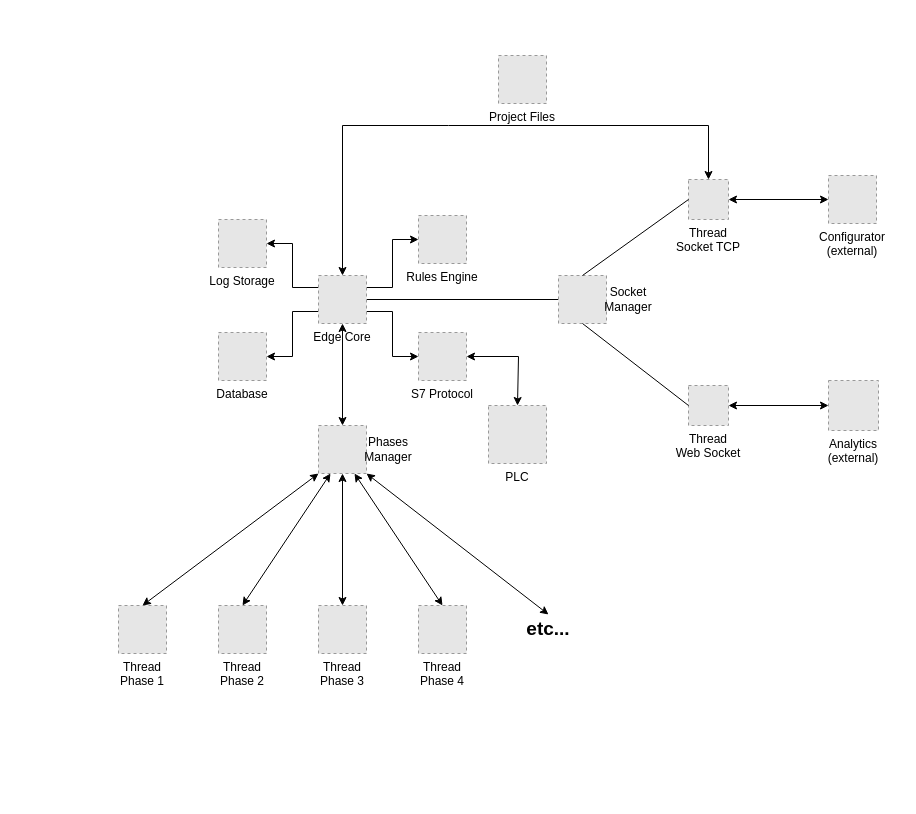
Above: Edge Architecture.drawio in maius91/maius91 (draw.io), before the change. Source tidied: cells renumbered, new cells numbered last; positions are measured from the earlier drawing's top-left corner, leaving out a move shared by most shapes. Both pictures are drawn from the tidied source at 100%, with x=0, y=0 at pixel (118, 55). Pictures stored in the file or linked from it are replaced by grey dashed boxes.
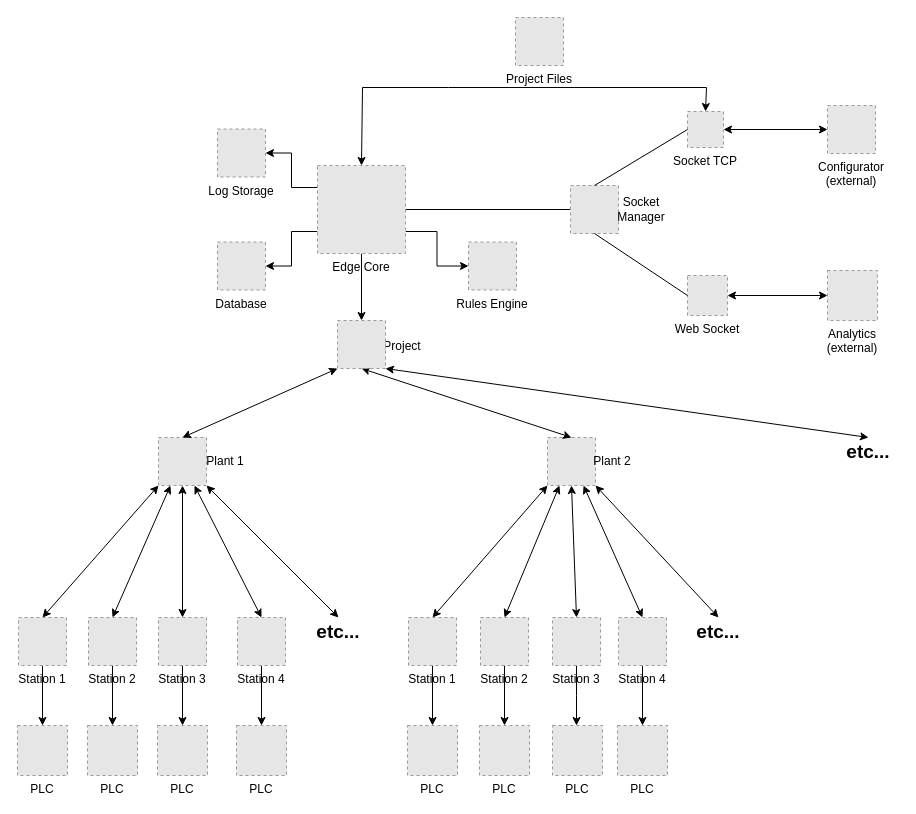
The same diagram, later.

Change to the diagram source:
```diff
@@
     <mxCell id="3" value="Configurator &#10;(external)" style="fillColor=#E6E6E6;strokeColor=#999999;dashed=1;verticalLabelPosition=bottom;verticalAlign=top;" parent="1" vertex="1">
-      <mxGeometry x="710" y="120" width="48" height="48" as="geometry" />
+      <mxGeometry x="709" y="50" width="48" height="48" as="geometry" />
     </mxCell>
     <mxCell id="4" value="Log Storage" style="fillColor=#E6E6E6;strokeColor=#999999;dashed=1;verticalLabelPosition=bottom;verticalAlign=top;" parent="1" vertex="1">
-      <mxGeometry x="100" y="164" width="48" height="48" as="geometry" />
+      <mxGeometry x="99" y="73.5" width="48" height="48" as="geometry" />
     </mxCell>
     <mxCell id="5" value="Database" style="fillColor=#E6E6E6;strokeColor=#999999;dashed=1;verticalLabelPosition=bottom;verticalAlign=top;" parent="1" vertex="1">
-      <mxGeometry x="100" y="277" width="48" height="48" as="geometry" />
+      <mxGeometry x="99" y="186.5" width="48" height="48" as="geometry" />
     </mxCell>
     <mxCell id="6" style="fillColor=#E6E6E6;strokeColor=#999999;dashed=1;verticalLabelPosition=bottom;verticalAlign=top;" parent="1" vertex="1">
-      <mxGeometry x="440" y="220" width="48" height="48" as="geometry" />
+      <mxGeometry x="452" y="130" width="48" height="48" as="geometry" />
     </mxCell>
     <mxCell id="7" value="Analytics &#10;(external)" style="fillColor=#E6E6E6;strokeColor=#999999;dashed=1;verticalLabelPosition=bottom;verticalAlign=top;" parent="1" vertex="1">
-      <mxGeometry x="710" y="325" width="50" height="50" as="geometry" />
+      <mxGeometry x="709" y="215" width="50" height="50" as="geometry" />
     </mxCell>
@@
-    <mxCell id="10" style="edgeStyle=orthogonalEdgeStyle;rounded=0;jettySize=auto;html=1;exitX=1;exitY=0.25;exitDx=0;exitDy=0;entryX=0;entryY=0.5;entryDx=0;entryDy=0;" parent="1" edge="1" source="12" target="17">
+    <mxCell id="10" style="edgeStyle=orthogonalEdgeStyle;rounded=0;jettySize=auto;html=1;exitX=1;exitY=0.75;exitDx=0;exitDy=0;entryX=0;entryY=0.5;entryDx=0;entryDy=0;" parent="1" edge="1" source="12" target="17">
       <mxGeometry relative="1" as="geometry" />
     </mxCell>
-    <mxCell id="11" style="edgeStyle=orthogonalEdgeStyle;rounded=0;jettySize=auto;html=1;exitX=1;exitY=0.75;exitDx=0;exitDy=0;entryX=0;entryY=0.5;entryDx=0;entryDy=0;" parent="1" edge="1" source="12" target="15">
-      <mxGeometry relative="1" as="geometry" />
-    </mxCell>
+    <mxCell id="39" style="edgeStyle=orthogonalEdgeStyle;rounded=0;jettySize=auto;html=1;exitX=0.5;exitY=1;exitDx=0;exitDy=0;fontSize=19;entryX=0;entryY=0.5;entryDx=0;entryDy=0;" parent="1" edge="1" source="12" target="73">
+      <mxGeometry relative="1" as="geometry" />
+    </mxCell>
     <mxCell id="12" value="Edge Core" style="fillColor=#E6E6E6;strokeColor=#999999;dashed=1;verticalLabelPosition=bottom;verticalAlign=top;" parent="1" vertex="1">
-      <mxGeometry x="200" y="220" width="48" height="48" as="geometry" />
+      <mxGeometry x="199" y="110" width="88" height="88" as="geometry" />
     </mxCell>
-    <mxCell id="13" value="Thread&#10;Socket TCP" style="fillColor=#E6E6E6;strokeColor=#999999;dashed=1;verticalLabelPosition=bottom;verticalAlign=top;rotation=0;" parent="1" vertex="1">
-      <mxGeometry x="570" y="124" width="40" height="40" as="geometry" />
+    <mxCell id="13" value="Socket TCP" style="fillColor=#E6E6E6;strokeColor=#999999;dashed=1;verticalLabelPosition=bottom;verticalAlign=top;rotation=0;" parent="1" vertex="1">
+      <mxGeometry x="569" y="56" width="36" height="36" as="geometry" />
     </mxCell>
-    <mxCell id="14" value="Thread&#10;Web Socket" style="fillColor=#E6E6E6;strokeColor=#999999;dashed=1;verticalLabelPosition=bottom;verticalAlign=top;rotation=0;" parent="1" vertex="1">
-      <mxGeometry x="570" y="330" width="40" height="40" as="geometry" />
+    <mxCell id="14" value="Web Socket" style="fillColor=#E6E6E6;strokeColor=#999999;dashed=1;verticalLabelPosition=bottom;verticalAlign=top;rotation=0;" parent="1" vertex="1">
+      <mxGeometry x="569" y="220" width="40" height="40" as="geometry" />
     </mxCell>
-    <mxCell id="15" value="S7 Protocol" style="fillColor=#E6E6E6;strokeColor=#999999;dashed=1;verticalLabelPosition=bottom;verticalAlign=top;" parent="1" vertex="1">
-      <mxGeometry x="300" y="277" width="48" height="48" as="geometry" />
-    </mxCell>
     <mxCell id="16" value="PLC" style="fillColor=#E6E6E6;strokeColor=#999999;dashed=1;verticalLabelPosition=bottom;verticalAlign=top;rotation=0;" parent="1" vertex="1">
-      <mxGeometry x="370" y="350" width="58" height="58" as="geometry" />
+      <mxGeometry x="-101" y="670" width="50" height="50" as="geometry" />
     </mxCell>
     <mxCell id="17" value="Rules Engine" style="fillColor=#E6E6E6;strokeColor=#999999;dashed=1;verticalLabelPosition=bottom;verticalAlign=top;" parent="1" vertex="1">
-      <mxGeometry x="300" y="160" width="48" height="48" as="geometry" />
+      <mxGeometry x="350" y="186.5" width="48" height="48" as="geometry" />
     </mxCell>
     <mxCell id="18" value="Socket Manager" style="text;html=1;strokeColor=none;fillColor=none;align=center;verticalAlign=middle;whiteSpace=wrap;rounded=0;" parent="1" vertex="1">
-      <mxGeometry x="480" y="229" width="60" height="30" as="geometry" />
+      <mxGeometry x="493" y="139" width="60" height="30" as="geometry" />
     </mxCell>
@@
-    <mxCell id="21" style="endArrow=classic;startArrow=classic;html=1;rounded=0;exitX=0.5;exitY=0;exitDx=0;exitDy=0;entryX=1;entryY=0.5;entryDx=0;entryDy=0;" parent="1" edge="1" source="16" target="15">
-      <mxGeometry relative="1" as="geometry">
-        <Array as="points">
-          <mxPoint x="400" y="301" />
-        </Array>
-      </mxGeometry>
-    </mxCell>
     <mxCell id="22" style="endArrow=classic;startArrow=classic;html=1;rounded=0;exitX=0.5;exitY=0;exitDx=0;exitDy=0;entryX=0.5;entryY=0;entryDx=0;entryDy=0;" parent="1" edge="1" source="12" target="13">
       <mxGeometry relative="1" as="geometry">
         <Array as="points">
-          <mxPoint x="224" y="70" />
-          <mxPoint x="330" y="70" />
-          <mxPoint x="590" y="70" />
+          <mxPoint x="244" y="32" />
+          <mxPoint x="330" y="32" />
+          <mxPoint x="588" y="32" />
         </Array>
       </mxGeometry>
     </mxCell>
     <mxCell id="23" value="Project Files" style="fillColor=#E6E6E6;strokeColor=#999999;dashed=1;verticalLabelPosition=bottom;verticalAlign=top;" parent="1" vertex="1">
-      <mxGeometry x="380" width="48" height="48" as="geometry" />
+      <mxGeometry x="397" y="-38" width="48" height="48" as="geometry" />
     </mxCell>
@@
-    <mxCell id="26" style="endArrow=classic;startArrow=classic;html=1;rounded=0;entryX=0.5;entryY=1;entryDx=0;entryDy=0;exitX=0;exitY=0.5;exitDx=0;exitDy=0;" parent="1" edge="1" source="27" target="12">
-      <mxGeometry relative="1" as="geometry" />
-    </mxCell>
     <mxCell id="27" style="fillColor=#E6E6E6;strokeColor=#999999;dashed=1;verticalLabelPosition=bottom;verticalAlign=top;rotation=90;" parent="1" vertex="1">
-      <mxGeometry x="200" y="370" width="48" height="48" as="geometry" />
+      <mxGeometry x="40" y="382" width="48" height="48" as="geometry" />
     </mxCell>
-    <mxCell id="28" value="Phases&lt;br&gt;Manager" style="text;html=1;strokeColor=none;fillColor=none;align=center;verticalAlign=middle;whiteSpace=wrap;rounded=0;" parent="1" vertex="1">
-      <mxGeometry x="240" y="379" width="60" height="30" as="geometry" />
+    <mxCell id="28" value="Plant 1" style="text;html=1;strokeColor=none;fillColor=none;align=center;verticalAlign=middle;whiteSpace=wrap;rounded=0;" parent="1" vertex="1">
+      <mxGeometry x="77" y="391" width="60" height="30" as="geometry" />
     </mxCell>
-    <mxCell id="29" value="Thread&#10;Phase 1" style="fillColor=#E6E6E6;strokeColor=#999999;dashed=1;verticalLabelPosition=bottom;verticalAlign=top;" parent="1" vertex="1">
-      <mxGeometry y="550" width="48" height="48" as="geometry" />
-    </mxCell>
+    <mxCell id="40" style="edgeStyle=orthogonalEdgeStyle;rounded=0;jettySize=auto;html=1;exitX=0.5;exitY=1;exitDx=0;exitDy=0;entryX=0.5;entryY=0;entryDx=0;entryDy=0;fontSize=12;" parent="1" edge="1" source="30" target="66">
+      <mxGeometry relative="1" as="geometry" />
+    </mxCell>
-    <mxCell id="30" value="Thread&#10;Phase 2" style="fillColor=#E6E6E6;strokeColor=#999999;dashed=1;verticalLabelPosition=bottom;verticalAlign=top;" parent="1" vertex="1">
-      <mxGeometry x="100" y="550" width="48" height="48" as="geometry" />
+    <mxCell id="30" value="Station 2" style="fillColor=#E6E6E6;strokeColor=#999999;dashed=1;verticalLabelPosition=bottom;verticalAlign=top;" parent="1" vertex="1">
+      <mxGeometry x="-30" y="562" width="48" height="48" as="geometry" />
     </mxCell>
+    <mxCell id="41" style="edgeStyle=orthogonalEdgeStyle;rounded=0;jettySize=auto;html=1;exitX=0.5;exitY=1;exitDx=0;exitDy=0;entryX=0.5;entryY=0;entryDx=0;entryDy=0;fontSize=12;" parent="1" edge="1" source="31" target="67">
+      <mxGeometry relative="1" as="geometry" />
+    </mxCell>
-    <mxCell id="31" value="Thread&#10;Phase 3" style="fillColor=#E6E6E6;strokeColor=#999999;dashed=1;verticalLabelPosition=bottom;verticalAlign=top;" parent="1" vertex="1">
-      <mxGeometry x="200" y="550" width="48" height="48" as="geometry" />
+    <mxCell id="31" value="Station 3" style="fillColor=#E6E6E6;strokeColor=#999999;dashed=1;verticalLabelPosition=bottom;verticalAlign=top;" parent="1" vertex="1">
+      <mxGeometry x="40" y="562" width="48" height="48" as="geometry" />
     </mxCell>
+    <mxCell id="42" style="edgeStyle=orthogonalEdgeStyle;rounded=0;jettySize=auto;html=1;exitX=0.5;exitY=1;exitDx=0;exitDy=0;entryX=0.5;entryY=0;entryDx=0;entryDy=0;fontSize=12;" parent="1" edge="1" source="32" target="68">
+      <mxGeometry relative="1" as="geometry" />
+    </mxCell>
-    <mxCell id="32" value="Thread&#10;Phase 4" style="fillColor=#E6E6E6;strokeColor=#999999;dashed=1;verticalLabelPosition=bottom;verticalAlign=top;" parent="1" vertex="1">
-      <mxGeometry x="300" y="550" width="48" height="48" as="geometry" />
+    <mxCell id="32" value="Station 4" style="fillColor=#E6E6E6;strokeColor=#999999;dashed=1;verticalLabelPosition=bottom;verticalAlign=top;" parent="1" vertex="1">
+      <mxGeometry x="119" y="562" width="48" height="48" as="geometry" />
     </mxCell>
     <mxCell id="33" value="&lt;font size=&quot;1&quot; style=&quot;&quot;&gt;&lt;b style=&quot;font-size: 19px;&quot;&gt;etc...&lt;/b&gt;&lt;/font&gt;" style="text;html=1;strokeColor=none;fillColor=none;align=center;verticalAlign=middle;whiteSpace=wrap;rounded=0;" parent="1" vertex="1">
-      <mxGeometry x="400" y="559" width="60" height="30" as="geometry" />
+      <mxGeometry x="190" y="562" width="60" height="30" as="geometry" />
     </mxCell>
-    <mxCell id="34" style="endArrow=classic;startArrow=classic;html=1;rounded=0;fontSize=19;exitX=0.5;exitY=0;exitDx=0;exitDy=0;entryX=1;entryY=1;entryDx=0;entryDy=0;" parent="1" edge="1" source="29" target="27">
+    <mxCell id="34" style="endArrow=classic;startArrow=classic;html=1;rounded=0;fontSize=19;entryX=1;entryY=1;entryDx=0;entryDy=0;exitX=0.5;exitY=0;exitDx=0;exitDy=0;" parent="1" edge="1" source="65" target="27">
       <mxGeometry relative="1" as="geometry" />
     </mxCell>
@@
+    <mxCell id="43" value="&lt;font style=&quot;font-size: 12px;&quot;&gt;Project&lt;/font&gt;" style="text;html=1;strokeColor=none;fillColor=none;align=center;verticalAlign=middle;whiteSpace=wrap;rounded=0;fontSize=19;" parent="1" vertex="1">
+      <mxGeometry x="254" y="274" width="60" height="30" as="geometry" />
+    </mxCell>
+    <mxCell id="44" style="endArrow=classic;startArrow=classic;html=1;rounded=0;fontSize=19;exitX=0;exitY=0.5;exitDx=0;exitDy=0;entryX=1;entryY=1;entryDx=0;entryDy=0;" parent="1" edge="1" source="27" target="73">
+      <mxGeometry relative="1" as="geometry" />
+    </mxCell>
+    <mxCell id="45" style="fillColor=#E6E6E6;strokeColor=#999999;dashed=1;verticalLabelPosition=bottom;verticalAlign=top;rotation=90;" parent="1" vertex="1">
+      <mxGeometry x="429" y="382" width="48" height="48" as="geometry" />
+    </mxCell>
+    <mxCell id="46" value="Plant 2" style="text;html=1;strokeColor=none;fillColor=none;align=center;verticalAlign=middle;whiteSpace=wrap;rounded=0;" parent="1" vertex="1">
+      <mxGeometry x="464" y="391" width="60" height="30" as="geometry" />
+    </mxCell>
+    <mxCell id="47" style="edgeStyle=orthogonalEdgeStyle;rounded=0;jettySize=auto;html=1;exitX=0.5;exitY=1;exitDx=0;exitDy=0;entryX=0.5;entryY=0;entryDx=0;entryDy=0;fontSize=12;" parent="1" edge="1" source="48" target="69">
+      <mxGeometry relative="1" as="geometry" />
+    </mxCell>
+    <mxCell id="48" value="Station 1" style="fillColor=#E6E6E6;strokeColor=#999999;dashed=1;verticalLabelPosition=bottom;verticalAlign=top;" parent="1" vertex="1">
+      <mxGeometry x="290" y="562" width="48" height="48" as="geometry" />
+    </mxCell>
+    <mxCell id="49" style="edgeStyle=orthogonalEdgeStyle;rounded=0;jettySize=auto;html=1;exitX=0.5;exitY=1;exitDx=0;exitDy=0;entryX=0.5;entryY=0;entryDx=0;entryDy=0;fontSize=12;" parent="1" edge="1" source="50" target="70">
+      <mxGeometry relative="1" as="geometry" />
+    </mxCell>
+    <mxCell id="50" value="Station 2" style="fillColor=#E6E6E6;strokeColor=#999999;dashed=1;verticalLabelPosition=bottom;verticalAlign=top;" parent="1" vertex="1">
+      <mxGeometry x="362" y="562" width="48" height="48" as="geometry" />
+    </mxCell>
+    <mxCell id="51" style="edgeStyle=orthogonalEdgeStyle;rounded=0;jettySize=auto;html=1;entryX=0.5;entryY=0;entryDx=0;entryDy=0;fontSize=12;" parent="1" edge="1" source="52">
+      <mxGeometry relative="1" as="geometry">
+        <mxPoint x="458" y="670" as="targetPoint" />
+      </mxGeometry>
+    </mxCell>
+    <mxCell id="52" value="Station 3" style="fillColor=#E6E6E6;strokeColor=#999999;dashed=1;verticalLabelPosition=bottom;verticalAlign=top;" parent="1" vertex="1">
+      <mxGeometry x="434" y="562" width="48" height="48" as="geometry" />
+    </mxCell>
+    <mxCell id="53" style="edgeStyle=orthogonalEdgeStyle;rounded=0;jettySize=auto;html=1;exitX=0.5;exitY=1;exitDx=0;exitDy=0;entryX=0.5;entryY=0;entryDx=0;entryDy=0;fontSize=12;" parent="1" edge="1" source="54" target="71">
+      <mxGeometry relative="1" as="geometry" />
+    </mxCell>
+    <mxCell id="54" value="Station 4" style="fillColor=#E6E6E6;strokeColor=#999999;dashed=1;verticalLabelPosition=bottom;verticalAlign=top;" parent="1" vertex="1">
+      <mxGeometry x="500" y="562" width="48" height="48" as="geometry" />
+    </mxCell>
+    <mxCell id="55" value="&lt;font size=&quot;1&quot; style=&quot;&quot;&gt;&lt;b style=&quot;font-size: 19px;&quot;&gt;etc...&lt;/b&gt;&lt;/font&gt;" style="text;html=1;strokeColor=none;fillColor=none;align=center;verticalAlign=middle;whiteSpace=wrap;rounded=0;" parent="1" vertex="1">
+      <mxGeometry x="570" y="562" width="60" height="30" as="geometry" />
+    </mxCell>
+    <mxCell id="56" style="endArrow=classic;startArrow=classic;html=1;rounded=0;fontSize=19;exitX=0.5;exitY=0;exitDx=0;exitDy=0;entryX=1;entryY=1;entryDx=0;entryDy=0;" parent="1" edge="1" source="48" target="45">
+      <mxGeometry relative="1" as="geometry" />
+    </mxCell>
+    <mxCell id="57" style="endArrow=classic;startArrow=classic;html=1;rounded=0;fontSize=19;exitX=0.5;exitY=0;exitDx=0;exitDy=0;entryX=1;entryY=0.75;entryDx=0;entryDy=0;" parent="1" edge="1" source="50" target="45">
+      <mxGeometry relative="1" as="geometry" />
+    </mxCell>
+    <mxCell id="58" style="endArrow=classic;startArrow=classic;html=1;rounded=0;fontSize=19;entryX=1;entryY=0.5;entryDx=0;entryDy=0;exitX=0.5;exitY=0;exitDx=0;exitDy=0;" parent="1" edge="1" source="52" target="45">
+      <mxGeometry relative="1" as="geometry" />
+    </mxCell>
+    <mxCell id="59" style="endArrow=classic;startArrow=classic;html=1;rounded=0;fontSize=19;exitX=0.5;exitY=0;exitDx=0;exitDy=0;entryX=1;entryY=0.25;entryDx=0;entryDy=0;" parent="1" edge="1" source="54" target="45">
+      <mxGeometry relative="1" as="geometry" />
+    </mxCell>
+    <mxCell id="60" style="endArrow=classic;startArrow=classic;html=1;rounded=0;fontSize=19;exitX=0.5;exitY=0;exitDx=0;exitDy=0;entryX=1;entryY=0;entryDx=0;entryDy=0;" parent="1" edge="1" source="55" target="45">
+      <mxGeometry relative="1" as="geometry" />
+    </mxCell>
+    <mxCell id="61" style="endArrow=classic;startArrow=classic;html=1;rounded=0;fontSize=12;exitX=0;exitY=0.5;exitDx=0;exitDy=0;entryX=1;entryY=0.5;entryDx=0;entryDy=0;" parent="1" edge="1" source="45" target="73">
+      <mxGeometry relative="1" as="geometry" />
+    </mxCell>
+    <mxCell id="62" value="&lt;font size=&quot;1&quot; style=&quot;&quot;&gt;&lt;b style=&quot;font-size: 19px;&quot;&gt;etc...&lt;/b&gt;&lt;/font&gt;" style="text;html=1;strokeColor=none;fillColor=none;align=center;verticalAlign=middle;whiteSpace=wrap;rounded=0;" parent="1" vertex="1">
+      <mxGeometry x="720" y="382" width="60" height="30" as="geometry" />
+    </mxCell>
+    <mxCell id="63" style="endArrow=classic;startArrow=classic;html=1;rounded=0;fontSize=12;exitX=0.5;exitY=0;exitDx=0;exitDy=0;entryX=1;entryY=0;entryDx=0;entryDy=0;" parent="1" edge="1" source="62" target="73">
+      <mxGeometry relative="1" as="geometry" />
+    </mxCell>
+    <mxCell id="64" style="edgeStyle=orthogonalEdgeStyle;rounded=0;jettySize=auto;html=1;exitX=0.5;exitY=1;exitDx=0;exitDy=0;entryX=0.5;entryY=0;entryDx=0;entryDy=0;fontSize=12;" parent="1" edge="1" source="65" target="16">
+      <mxGeometry relative="1" as="geometry" />
+    </mxCell>
+    <mxCell id="65" value="Station 1" style="fillColor=#E6E6E6;strokeColor=#999999;dashed=1;verticalLabelPosition=bottom;verticalAlign=top;" parent="1" vertex="1">
+      <mxGeometry x="-100" y="562" width="48" height="48" as="geometry" />
+    </mxCell>
+    <mxCell id="66" value="PLC" style="fillColor=#E6E6E6;strokeColor=#999999;dashed=1;verticalLabelPosition=bottom;verticalAlign=top;rotation=0;" parent="1" vertex="1">
+      <mxGeometry x="-31" y="670" width="50" height="50" as="geometry" />
+    </mxCell>
+    <mxCell id="67" value="PLC" style="fillColor=#E6E6E6;strokeColor=#999999;dashed=1;verticalLabelPosition=bottom;verticalAlign=top;rotation=0;" parent="1" vertex="1">
+      <mxGeometry x="39" y="670" width="50" height="50" as="geometry" />
+    </mxCell>
+    <mxCell id="68" value="PLC" style="fillColor=#E6E6E6;strokeColor=#999999;dashed=1;verticalLabelPosition=bottom;verticalAlign=top;rotation=0;" parent="1" vertex="1">
+      <mxGeometry x="118" y="670" width="50" height="50" as="geometry" />
+    </mxCell>
+    <mxCell id="69" value="PLC" style="fillColor=#E6E6E6;strokeColor=#999999;dashed=1;verticalLabelPosition=bottom;verticalAlign=top;rotation=0;" parent="1" vertex="1">
+      <mxGeometry x="289" y="670" width="50" height="50" as="geometry" />
+    </mxCell>
+    <mxCell id="70" value="PLC" style="fillColor=#E6E6E6;strokeColor=#999999;dashed=1;verticalLabelPosition=bottom;verticalAlign=top;rotation=0;" parent="1" vertex="1">
+      <mxGeometry x="361" y="670" width="50" height="50" as="geometry" />
+    </mxCell>
+    <mxCell id="71" value="PLC" style="fillColor=#E6E6E6;strokeColor=#999999;dashed=1;verticalLabelPosition=bottom;verticalAlign=top;rotation=0;" parent="1" vertex="1">
+      <mxGeometry x="499" y="670" width="50" height="50" as="geometry" />
+    </mxCell>
+    <mxCell id="72" value="PLC" style="fillColor=#E6E6E6;strokeColor=#999999;dashed=1;verticalLabelPosition=bottom;verticalAlign=top;rotation=0;" parent="1" vertex="1">
+      <mxGeometry x="434" y="670" width="50" height="50" as="geometry" />
+    </mxCell>
+    <mxCell id="73" style="fillColor=#E6E6E6;strokeColor=#999999;dashed=1;verticalLabelPosition=bottom;verticalAlign=top;rotation=90;" parent="1" vertex="1">
+      <mxGeometry x="219" y="265" width="48" height="48" as="geometry" />
+    </mxCell>
```
